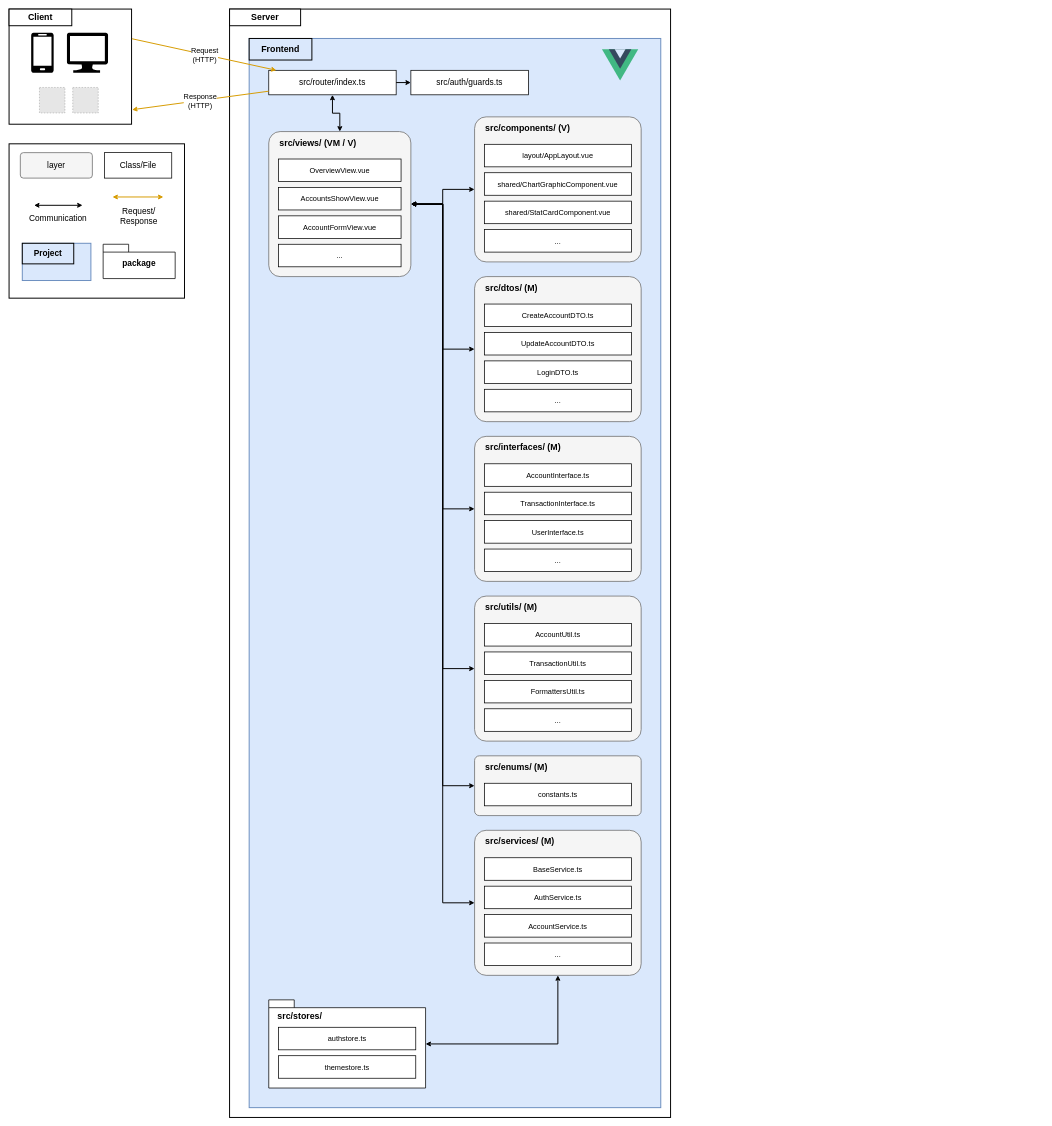
AndresVelez31/FinZen keeps this draw.io diagram as docs/architecture/deliverable-2/frontend-architecture.drawio. Above is the earlier version. Source tidied: cells renumbered, new cells numbered last; positions are measured from the earlier drawing's top-left corner, leaving out a move shared by most shapes. Both pictures are drawn from the tidied source at 49%, with x=0, y=0 at pixel (9, 9). Pictures stored in the file or linked from it are replaced by grey dashed boxes.
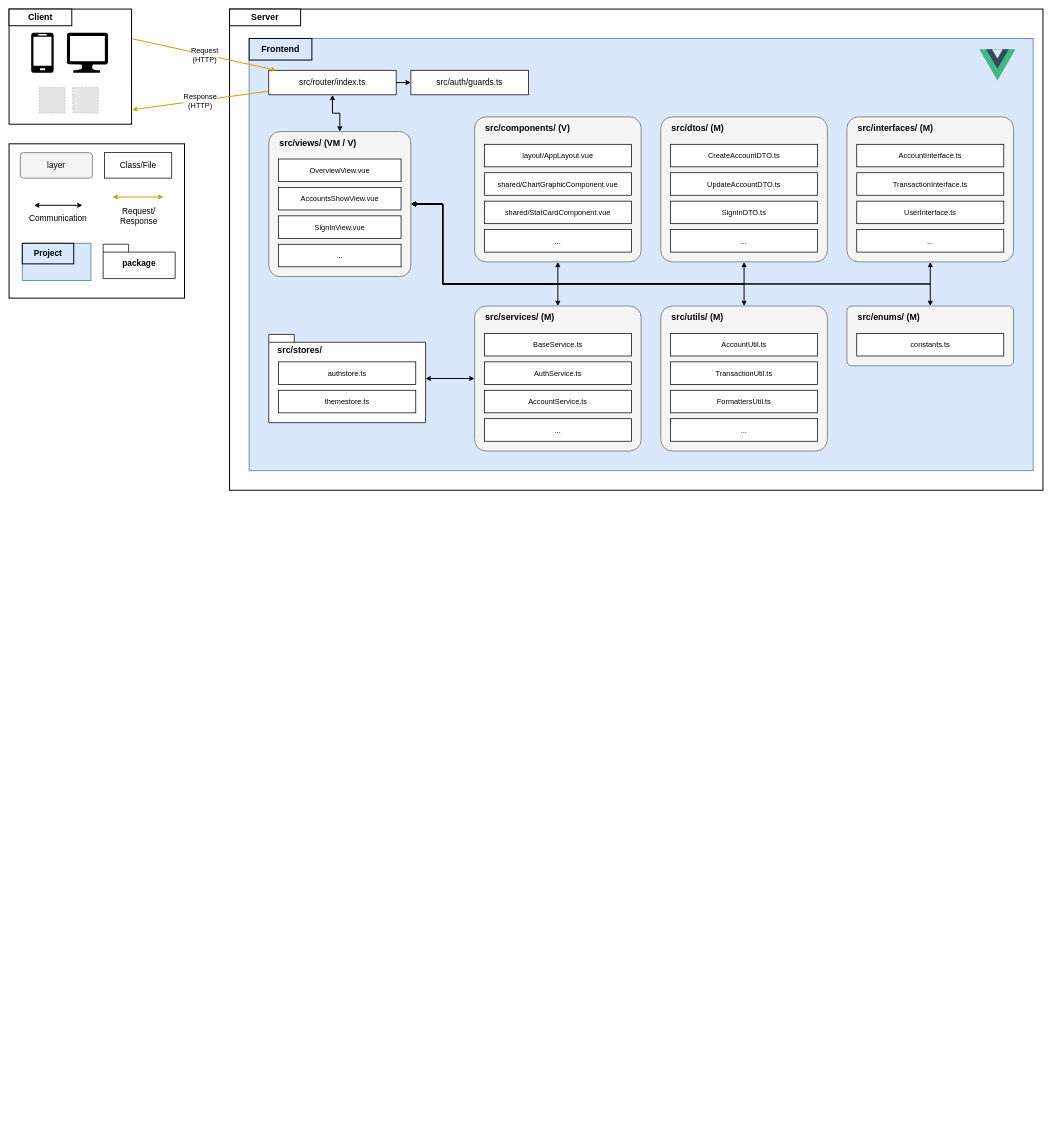
The same diagram, later.

Commit message (it also covers changes not shown here):
docs(docs-168): lay out the frontend diagram horizontally

The layers sit in a 3 x 2 grid joined to the views by a single bus, with the stores package next to the services, instead of one tall column.

Unchanged cells that the change refers to:
```xml
<mxCell id="36" value="src/views/ (VM / V)" style="rounded=1;arcSize=8;whiteSpace=wrap;html=1;fillColor=#f5f5f5;strokeColor=#666666;strokeWidth=1.5;verticalAlign=top;align=left;spacingLeft=20;spacingTop=6;fontStyle=1;fontSize=18;" parent="1" vertex="1">
  <mxGeometry x="530" y="250" width="290" height="296" as="geometry" />
</mxCell>
<mxCell id="42" value="src/components/ (V)" style="rounded=1;arcSize=8;whiteSpace=wrap;html=1;fillColor=#f5f5f5;strokeColor=#666666;strokeWidth=1.5;verticalAlign=top;align=left;spacingLeft=20;spacingTop=6;fontStyle=1;fontSize=18;" parent="1" vertex="1">
  <mxGeometry x="950" y="220" width="340" height="296" as="geometry" />
</mxCell>
```

What changed in the source:
```diff
@@
     <mxCell id="24" style="rounded=0;whiteSpace=wrap;html=1;fillColor=#ffffff;strokeColor=#000000;strokeWidth=2;" parent="1" vertex="1">
-      <mxGeometry x="450" width="900" height="2262" as="geometry" />
+      <mxGeometry x="450" width="1660" height="982" as="geometry" />
     </mxCell>
@@
     <mxCell id="26" style="rounded=0;whiteSpace=wrap;html=1;fillColor=#dae8fc;strokeColor=#6c8ebf;strokeWidth=2;" parent="1" vertex="1">
-      <mxGeometry x="490" y="60" width="840" height="2182" as="geometry" />
+      <mxGeometry x="490" y="60" width="1600" height="882" as="geometry" />
     </mxCell>
@@
     <mxCell id="28" style="triangle;whiteSpace=wrap;html=1;direction=south;fillColor=#41B883;strokeColor=none;" parent="1" vertex="1">
-      <mxGeometry x="1210" y="82" width="74" height="64" as="geometry" />
+      <mxGeometry x="1980" y="82" width="74" height="64" as="geometry" />
     </mxCell>
     <mxCell id="29" style="triangle;whiteSpace=wrap;html=1;direction=south;fillColor=#35495E;strokeColor=none;" parent="1" vertex="1">
-      <mxGeometry x="1224" y="82" width="46" height="40" as="geometry" />
+      <mxGeometry x="1994" y="82" width="46" height="40" as="geometry" />
     </mxCell>
     <mxCell id="30" style="triangle;whiteSpace=wrap;html=1;direction=south;fillColor=#dae8fc;strokeColor=none;" parent="1" vertex="1">
-      <mxGeometry x="1236" y="82" width="22" height="19" as="geometry" />
+      <mxGeometry x="2006" y="82" width="22" height="19" as="geometry" />
     </mxCell>
@@
-    <mxCell id="39" value="AccountFormView.vue" style="rounded=0;whiteSpace=wrap;html=1;fillColor=#ffffff;strokeColor=#000000;strokeWidth=1.5;fontSize=15;" parent="1" vertex="1">
+    <mxCell id="39" value="SignInView.vue" style="rounded=0;whiteSpace=wrap;html=1;fillColor=#ffffff;strokeColor=#000000;strokeWidth=1.5;fontSize=15;" parent="1" vertex="1">
       <mxGeometry x="550" y="422" width="250" height="46" as="geometry" />
     </mxCell>
@@
-    <mxCell id="47" style="edgeStyle=orthogonalEdgeStyle;rounded=0;html=1;strokeColor=#000000;strokeWidth=2;endArrow=classic;endFill=1;startArrow=classic;startFill=1;exitX=1;exitY=0.5;entryX=0;entryY=0.5;" parent="1" edge="1" source="36" target="42">
+    <mxCell id="47" style="edgeStyle=orthogonalEdgeStyle;rounded=0;html=1;strokeColor=#000000;strokeWidth=2;endArrow=classic;endFill=1;startArrow=classic;startFill=1;exitX=1;exitY=0.5;entryX=0.5;entryY=1;" parent="1" edge="1" source="36" target="42">
       <mxGeometry relative="1" as="geometry">
         <Array as="points">
           <mxPoint x="885" y="398" />
-          <mxPoint x="885" y="368" />
+          <mxPoint x="885" y="561" />
+          <mxPoint x="1120" y="561" />
         </Array>
       </mxGeometry>
     </mxCell>
     <mxCell id="48" value="src/dtos/ (M)" style="rounded=1;arcSize=8;whiteSpace=wrap;html=1;fillColor=#f5f5f5;strokeColor=#666666;strokeWidth=1.5;verticalAlign=top;align=left;spacingLeft=20;spacingTop=6;fontStyle=1;fontSize=18;" parent="1" vertex="1">
-      <mxGeometry x="950" y="546" width="340" height="296" as="geometry" />
+      <mxGeometry x="1330" y="220" width="340" height="296" as="geometry" />
     </mxCell>
     <mxCell id="49" value="CreateAccountDTO.ts" style="rounded=0;whiteSpace=wrap;html=1;fillColor=#ffffff;strokeColor=#000000;strokeWidth=1.5;fontSize=15;" parent="1" vertex="1">
-      <mxGeometry x="970" y="602" width="300" height="46" as="geometry" />
+      <mxGeometry x="1350" y="276" width="300" height="46" as="geometry" />
     </mxCell>
     <mxCell id="50" value="UpdateAccountDTO.ts" style="rounded=0;whiteSpace=wrap;html=1;fillColor=#ffffff;strokeColor=#000000;strokeWidth=1.5;fontSize=15;" parent="1" vertex="1">
-      <mxGeometry x="970" y="660" width="300" height="46" as="geometry" />
+      <mxGeometry x="1350" y="334" width="300" height="46" as="geometry" />
     </mxCell>
-    <mxCell id="51" value="LoginDTO.ts" style="rounded=0;whiteSpace=wrap;html=1;fillColor=#ffffff;strokeColor=#000000;strokeWidth=1.5;fontSize=15;" parent="1" vertex="1">
-      <mxGeometry x="970" y="718" width="300" height="46" as="geometry" />
+    <mxCell id="51" value="SignInDTO.ts" style="rounded=0;whiteSpace=wrap;html=1;fillColor=#ffffff;strokeColor=#000000;strokeWidth=1.5;fontSize=15;" parent="1" vertex="1">
+      <mxGeometry x="1350" y="392" width="300" height="46" as="geometry" />
     </mxCell>
     <mxCell id="52" value="..." style="rounded=0;whiteSpace=wrap;html=1;fillColor=#ffffff;strokeColor=#000000;strokeWidth=1.5;fontSize=15;" parent="1" vertex="1">
-      <mxGeometry x="970" y="776" width="300" height="46" as="geometry" />
+      <mxGeometry x="1350" y="450" width="300" height="46" as="geometry" />
     </mxCell>
-    <mxCell id="53" style="edgeStyle=orthogonalEdgeStyle;rounded=0;html=1;strokeColor=#000000;strokeWidth=2;endArrow=classic;endFill=1;startArrow=classic;startFill=1;exitX=1;exitY=0.5;entryX=0;entryY=0.5;" parent="1" edge="1" source="36" target="48">
+    <mxCell id="53" style="edgeStyle=orthogonalEdgeStyle;rounded=0;html=1;strokeColor=#000000;strokeWidth=2;endArrow=classic;endFill=1;startArrow=classic;startFill=1;exitX=1;exitY=0.5;entryX=0.5;entryY=1;" parent="1" edge="1" source="36" target="48">
       <mxGeometry relative="1" as="geometry">
         <Array as="points">
           <mxPoint x="885" y="398" />
-          <mxPoint x="885" y="694" />
+          <mxPoint x="885" y="561" />
+          <mxPoint x="1500" y="561" />
         </Array>
       </mxGeometry>
     </mxCell>
     <mxCell id="54" value="src/interfaces/ (M)" style="rounded=1;arcSize=8;whiteSpace=wrap;html=1;fillColor=#f5f5f5;strokeColor=#666666;strokeWidth=1.5;verticalAlign=top;align=left;spacingLeft=20;spacingTop=6;fontStyle=1;fontSize=18;" parent="1" vertex="1">
-      <mxGeometry x="950" y="872" width="340" height="296" as="geometry" />
+      <mxGeometry x="1710" y="220" width="340" height="296" as="geometry" />
     </mxCell>
     <mxCell id="55" value="AccountInterface.ts" style="rounded=0;whiteSpace=wrap;html=1;fillColor=#ffffff;strokeColor=#000000;strokeWidth=1.5;fontSize=15;" parent="1" vertex="1">
-      <mxGeometry x="970" y="928" width="300" height="46" as="geometry" />
+      <mxGeometry x="1730" y="276" width="300" height="46" as="geometry" />
     </mxCell>
     <mxCell id="56" value="TransactionInterface.ts" style="rounded=0;whiteSpace=wrap;html=1;fillColor=#ffffff;strokeColor=#000000;strokeWidth=1.5;fontSize=15;" parent="1" vertex="1">
-      <mxGeometry x="970" y="986" width="300" height="46" as="geometry" />
+      <mxGeometry x="1730" y="334" width="300" height="46" as="geometry" />
     </mxCell>
     <mxCell id="57" value="UserInterface.ts" style="rounded=0;whiteSpace=wrap;html=1;fillColor=#ffffff;strokeColor=#000000;strokeWidth=1.5;fontSize=15;" parent="1" vertex="1">
-      <mxGeometry x="970" y="1044" width="300" height="46" as="geometry" />
+      <mxGeometry x="1730" y="392" width="300" height="46" as="geometry" />
     </mxCell>
     <mxCell id="58" value="..." style="rounded=0;whiteSpace=wrap;html=1;fillColor=#ffffff;strokeColor=#000000;strokeWidth=1.5;fontSize=15;" parent="1" vertex="1">
-      <mxGeometry x="970" y="1102" width="300" height="46" as="geometry" />
+      <mxGeometry x="1730" y="450" width="300" height="46" as="geometry" />
     </mxCell>
-    <mxCell id="59" style="edgeStyle=orthogonalEdgeStyle;rounded=0;html=1;strokeColor=#000000;strokeWidth=2;endArrow=classic;endFill=1;startArrow=classic;startFill=1;exitX=1;exitY=0.5;entryX=0;entryY=0.5;" parent="1" edge="1" source="36" target="54">
+    <mxCell id="59" style="edgeStyle=orthogonalEdgeStyle;rounded=0;html=1;strokeColor=#000000;strokeWidth=2;endArrow=classic;endFill=1;startArrow=classic;startFill=1;exitX=1;exitY=0.5;entryX=0.5;entryY=1;" parent="1" edge="1" source="36" target="54">
       <mxGeometry relative="1" as="geometry">
         <Array as="points">
           <mxPoint x="885" y="398" />
-          <mxPoint x="885" y="1020" />
+          <mxPoint x="885" y="561" />
+          <mxPoint x="1880" y="561" />
         </Array>
       </mxGeometry>
     </mxCell>
-    <mxCell id="60" value="src/utils/ (M)" style="rounded=1;arcSize=8;whiteSpace=wrap;html=1;fillColor=#f5f5f5;strokeColor=#666666;strokeWidth=1.5;verticalAlign=top;align=left;spacingLeft=20;spacingTop=6;fontStyle=1;fontSize=18;" parent="1" vertex="1">
-      <mxGeometry x="950" y="1198" width="340" height="296" as="geometry" />
+    <mxCell id="60" value="src/services/ (M)" style="rounded=1;arcSize=8;whiteSpace=wrap;html=1;fillColor=#f5f5f5;strokeColor=#666666;strokeWidth=1.5;verticalAlign=top;align=left;spacingLeft=20;spacingTop=6;fontStyle=1;fontSize=18;" parent="1" vertex="1">
+      <mxGeometry x="950" y="606" width="340" height="296" as="geometry" />
     </mxCell>
-    <mxCell id="61" value="AccountUtil.ts" style="rounded=0;whiteSpace=wrap;html=1;fillColor=#ffffff;strokeColor=#000000;strokeWidth=1.5;fontSize=15;" parent="1" vertex="1">
-      <mxGeometry x="970" y="1254" width="300" height="46" as="geometry" />
+    <mxCell id="61" value="BaseService.ts" style="rounded=0;whiteSpace=wrap;html=1;fillColor=#ffffff;strokeColor=#000000;strokeWidth=1.5;fontSize=15;" parent="1" vertex="1">
+      <mxGeometry x="970" y="662" width="300" height="46" as="geometry" />
     </mxCell>
-    <mxCell id="62" value="TransactionUtil.ts" style="rounded=0;whiteSpace=wrap;html=1;fillColor=#ffffff;strokeColor=#000000;strokeWidth=1.5;fontSize=15;" parent="1" vertex="1">
-      <mxGeometry x="970" y="1312" width="300" height="46" as="geometry" />
+    <mxCell id="62" value="AuthService.ts" style="rounded=0;whiteSpace=wrap;html=1;fillColor=#ffffff;strokeColor=#000000;strokeWidth=1.5;fontSize=15;" parent="1" vertex="1">
+      <mxGeometry x="970" y="720" width="300" height="46" as="geometry" />
     </mxCell>
-    <mxCell id="63" value="FormattersUtil.ts" style="rounded=0;whiteSpace=wrap;html=1;fillColor=#ffffff;strokeColor=#000000;strokeWidth=1.5;fontSize=15;" parent="1" vertex="1">
-      <mxGeometry x="970" y="1370" width="300" height="46" as="geometry" />
+    <mxCell id="63" value="AccountService.ts" style="rounded=0;whiteSpace=wrap;html=1;fillColor=#ffffff;strokeColor=#000000;strokeWidth=1.5;fontSize=15;" parent="1" vertex="1">
+      <mxGeometry x="970" y="778" width="300" height="46" as="geometry" />
     </mxCell>
     <mxCell id="64" value="..." style="rounded=0;whiteSpace=wrap;html=1;fillColor=#ffffff;strokeColor=#000000;strokeWidth=1.5;fontSize=15;" parent="1" vertex="1">
-      <mxGeometry x="970" y="1428" width="300" height="46" as="geometry" />
+      <mxGeometry x="970" y="836" width="300" height="46" as="geometry" />
     </mxCell>
-    <mxCell id="65" style="edgeStyle=orthogonalEdgeStyle;rounded=0;html=1;strokeColor=#000000;strokeWidth=2;endArrow=classic;endFill=1;startArrow=classic;startFill=1;exitX=1;exitY=0.5;entryX=0;entryY=0.5;" parent="1" edge="1" source="36" target="60">
+    <mxCell id="65" style="edgeStyle=orthogonalEdgeStyle;rounded=0;html=1;strokeColor=#000000;strokeWidth=2;endArrow=classic;endFill=1;startArrow=classic;startFill=1;exitX=1;exitY=0.5;entryX=0.5;entryY=0;" parent="1" edge="1" source="36" target="60">
       <mxGeometry relative="1" as="geometry">
         <Array as="points">
           <mxPoint x="885" y="398" />
-          <mxPoint x="885" y="1346" />
+          <mxPoint x="885" y="561" />
+          <mxPoint x="1120" y="561" />
         </Array>
       </mxGeometry>
     </mxCell>
-    <mxCell id="66" value="src/enums/ (M)" style="rounded=1;arcSize=8;whiteSpace=wrap;html=1;fillColor=#f5f5f5;strokeColor=#666666;strokeWidth=1.5;verticalAlign=top;align=left;spacingLeft=20;spacingTop=6;fontStyle=1;fontSize=18;" parent="1" vertex="1">
-      <mxGeometry x="950" y="1524" width="340" height="122" as="geometry" />
+    <mxCell id="66" value="src/utils/ (M)" style="rounded=1;arcSize=8;whiteSpace=wrap;html=1;fillColor=#f5f5f5;strokeColor=#666666;strokeWidth=1.5;verticalAlign=top;align=left;spacingLeft=20;spacingTop=6;fontStyle=1;fontSize=18;" parent="1" vertex="1">
+      <mxGeometry x="1330" y="606" width="340" height="296" as="geometry" />
     </mxCell>
-    <mxCell id="67" value="constants.ts" style="rounded=0;whiteSpace=wrap;html=1;fillColor=#ffffff;strokeColor=#000000;strokeWidth=1.5;fontSize=15;" parent="1" vertex="1">
-      <mxGeometry x="970" y="1580" width="300" height="46" as="geometry" />
+    <mxCell id="67" value="AccountUtil.ts" style="rounded=0;whiteSpace=wrap;html=1;fillColor=#ffffff;strokeColor=#000000;strokeWidth=1.5;fontSize=15;" parent="1" vertex="1">
+      <mxGeometry x="1350" y="662" width="300" height="46" as="geometry" />
     </mxCell>
-    <mxCell id="68" style="edgeStyle=orthogonalEdgeStyle;rounded=0;html=1;strokeColor=#000000;strokeWidth=2;endArrow=classic;endFill=1;startArrow=classic;startFill=1;exitX=1;exitY=0.5;entryX=0;entryY=0.5;" parent="1" edge="1" source="36" target="66">
-      <mxGeometry relative="1" as="geometry">
-        <Array as="points">
-          <mxPoint x="885" y="398" />
-          <mxPoint x="885" y="1585" />
-        </Array>
-      </mxGeometry>
+    <mxCell id="68" value="TransactionUtil.ts" style="rounded=0;whiteSpace=wrap;html=1;fillColor=#ffffff;strokeColor=#000000;strokeWidth=1.5;fontSize=15;" parent="1" vertex="1">
+      <mxGeometry x="1350" y="720" width="300" height="46" as="geometry" />
     </mxCell>
-    <mxCell id="69" value="src/services/ (M)" style="rounded=1;arcSize=8;whiteSpace=wrap;html=1;fillColor=#f5f5f5;strokeColor=#666666;strokeWidth=1.5;verticalAlign=top;align=left;spacingLeft=20;spacingTop=6;fontStyle=1;fontSize=18;" parent="1" vertex="1">
-      <mxGeometry x="950" y="1676" width="340" height="296" as="geometry" />
+    <mxCell id="69" value="FormattersUtil.ts" style="rounded=0;whiteSpace=wrap;html=1;fillColor=#ffffff;strokeColor=#000000;strokeWidth=1.5;fontSize=15;" parent="1" vertex="1">
+      <mxGeometry x="1350" y="778" width="300" height="46" as="geometry" />
     </mxCell>
-    <mxCell id="70" value="BaseService.ts" style="rounded=0;whiteSpace=wrap;html=1;fillColor=#ffffff;strokeColor=#000000;strokeWidth=1.5;fontSize=15;" parent="1" vertex="1">
-      <mxGeometry x="970" y="1732" width="300" height="46" as="geometry" />
+    <mxCell id="70" value="..." style="rounded=0;whiteSpace=wrap;html=1;fillColor=#ffffff;strokeColor=#000000;strokeWidth=1.5;fontSize=15;" parent="1" vertex="1">
+      <mxGeometry x="1350" y="836" width="300" height="46" as="geometry" />
     </mxCell>
-    <mxCell id="71" value="AuthService.ts" style="rounded=0;whiteSpace=wrap;html=1;fillColor=#ffffff;strokeColor=#000000;strokeWidth=1.5;fontSize=15;" parent="1" vertex="1">
-      <mxGeometry x="970" y="1790" width="300" height="46" as="geometry" />
+    <mxCell id="71" style="edgeStyle=orthogonalEdgeStyle;rounded=0;html=1;strokeColor=#000000;strokeWidth=2;endArrow=classic;endFill=1;startArrow=classic;startFill=1;exitX=1;exitY=0.5;entryX=0.5;entryY=0;" parent="1" edge="1" source="36" target="66">
+      <mxGeometry relative="1" as="geometry">
+        <Array as="points">
+          <mxPoint x="885" y="398" />
+          <mxPoint x="885" y="561" />
+          <mxPoint x="1500" y="561" />
+        </Array>
+      </mxGeometry>
     </mxCell>
-    <mxCell id="72" value="AccountService.ts" style="rounded=0;whiteSpace=wrap;html=1;fillColor=#ffffff;strokeColor=#000000;strokeWidth=1.5;fontSize=15;" parent="1" vertex="1">
-      <mxGeometry x="970" y="1848" width="300" height="46" as="geometry" />
+    <mxCell id="72" value="src/enums/ (M)" style="rounded=1;arcSize=8;whiteSpace=wrap;html=1;fillColor=#f5f5f5;strokeColor=#666666;strokeWidth=1.5;verticalAlign=top;align=left;spacingLeft=20;spacingTop=6;fontStyle=1;fontSize=18;" parent="1" vertex="1">
+      <mxGeometry x="1710" y="606" width="340" height="122" as="geometry" />
     </mxCell>
-    <mxCell id="73" value="..." style="rounded=0;whiteSpace=wrap;html=1;fillColor=#ffffff;strokeColor=#000000;strokeWidth=1.5;fontSize=15;" parent="1" vertex="1">
-      <mxGeometry x="970" y="1906" width="300" height="46" as="geometry" />
+    <mxCell id="73" value="constants.ts" style="rounded=0;whiteSpace=wrap;html=1;fillColor=#ffffff;strokeColor=#000000;strokeWidth=1.5;fontSize=15;" parent="1" vertex="1">
+      <mxGeometry x="1730" y="662" width="300" height="46" as="geometry" />
     </mxCell>
-    <mxCell id="74" style="edgeStyle=orthogonalEdgeStyle;rounded=0;html=1;strokeColor=#000000;strokeWidth=2;endArrow=classic;endFill=1;startArrow=classic;startFill=1;exitX=1;exitY=0.5;entryX=0;entryY=0.5;" parent="1" edge="1" source="36" target="69">
+    <mxCell id="74" style="edgeStyle=orthogonalEdgeStyle;rounded=0;html=1;strokeColor=#000000;strokeWidth=2;endArrow=classic;endFill=1;startArrow=classic;startFill=1;exitX=1;exitY=0.5;entryX=0.5;entryY=0;" parent="1" edge="1" source="36" target="72">
       <mxGeometry relative="1" as="geometry">
         <Array as="points">
           <mxPoint x="885" y="398" />
-          <mxPoint x="885" y="1824" />
+          <mxPoint x="885" y="561" />
+          <mxPoint x="1880" y="561" />
         </Array>
       </mxGeometry>
     </mxCell>
     <mxCell id="75" value="src/stores/" style="shape=folder;tabWidth=52;tabHeight=16;tabPosition=left;whiteSpace=wrap;html=1;fillColor=#ffffff;strokeColor=#000000;strokeWidth=1.5;verticalAlign=top;align=left;spacingLeft=16;spacingTop=16;fontStyle=1;fontSize=18;" parent="1" vertex="1">
-      <mxGeometry x="530" y="2022" width="320" height="180" as="geometry" />
+      <mxGeometry x="530" y="664" width="320" height="180" as="geometry" />
     </mxCell>
     <mxCell id="76" value="authstore.ts" style="rounded=0;whiteSpace=wrap;html=1;fillColor=#ffffff;strokeColor=#000000;strokeWidth=1.5;fontSize=15;" parent="1" vertex="1">
-      <mxGeometry x="550" y="2078" width="280" height="46" as="geometry" />
+      <mxGeometry x="550" y="720" width="280" height="46" as="geometry" />
     </mxCell>
     <mxCell id="77" value="themestore.ts" style="rounded=0;whiteSpace=wrap;html=1;fillColor=#ffffff;strokeColor=#000000;strokeWidth=1.5;fontSize=15;" parent="1" vertex="1">
-      <mxGeometry x="550" y="2136" width="280" height="46" as="geometry" />
+      <mxGeometry x="550" y="778" width="280" height="46" as="geometry" />
     </mxCell>
-    <mxCell id="78" style="edgeStyle=orthogonalEdgeStyle;rounded=0;html=1;strokeColor=#000000;strokeWidth=2;endArrow=classic;endFill=1;startArrow=classic;startFill=1;exitX=1;exitY=0.5;entryX=0.5;entryY=1;" parent="1" edge="1" source="75" target="69">
+    <mxCell id="78" style="edgeStyle=orthogonalEdgeStyle;rounded=0;html=1;strokeColor=#000000;strokeWidth=2;endArrow=classic;endFill=1;startArrow=classic;startFill=1;exitX=1;exitY=0.5;entryX=0;entryY=0.5;" parent="1" edge="1" source="75" target="60">
       <mxGeometry relative="1" as="geometry" />
     </mxCell>
```
